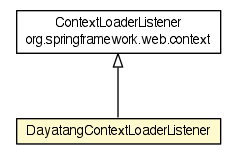
This is apidocs/org/dayatang/ioc/spring/webapp/DayatangContextLoaderListener.png from dayatang/dddlib, a Graphviz export, as it was before one commit. Its source is kept beside it as apidocs/org/dayatang/ioc/spring/webapp/DayatangContextLoaderListener.dot. The source it was exported from:
```dot

digraph G {
	edge [fontname="Helvetica",fontsize=10,labelfontname="Helvetica",labelfontsize=10];
	node [fontname="Helvetica",fontsize=10,shape=plaintext];
	nodesep=0.25;
	ranksep=0.5;
	c38672 [label=<<table title="org.dayatang.ioc.spring.webapp.DayatangContextLoaderListener" border="0" cellborder="1" cellspacing="0" cellpadding="2" port="p" bgcolor="lemonChiffon" href="./DayatangContextLoaderListener.html">
		<tr><td><table border="0" cellspacing="0" cellpadding="1">
<tr><td align="center" balign="center"> DayatangContextLoaderListener </td></tr>
		</table></td></tr>
		</table>>, URL="./DayatangContextLoaderListener.html", fontname="Helvetica", fontcolor="black", fontsize=10.0];
	c38850:p -> c38672:p [dir=back,arrowtail=empty];
	c38850 [label=<<table title="org.springframework.web.context.ContextLoaderListener" border="0" cellborder="1" cellspacing="0" cellpadding="2" port="p" href="http://java.sun.com/j2se/1.4.2/docs/api/org/springframework/web/context/ContextLoaderListener.html">
		<tr><td><table border="0" cellspacing="0" cellpadding="1">
<tr><td align="center" balign="center"> ContextLoaderListener </td></tr>
<tr><td align="center" balign="center"> org.springframework.web.context </td></tr>
		</table></td></tr>
		</table>>, URL="http://java.sun.com/j2se/1.4.2/docs/api/org/springframework/web/context/ContextLoaderListener.html", fontname="Helvetica", fontcolor="black", fontsize=10.0];
}
```
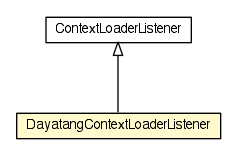
After the change.

The edit, as a diff of the source:
```diff
@@ -4,16 +4,15 @@
 	node [fontname="Helvetica",fontsize=10,shape=plaintext];
 	nodesep=0.25;
 	ranksep=0.5;
-	c38672 [label=<<table title="org.dayatang.ioc.spring.webapp.DayatangContextLoaderListener" border="0" cellborder="1" cellspacing="0" cellpadding="2" port="p" bgcolor="lemonChiffon" href="./DayatangContextLoaderListener.html">
+	c38491 [label=<<table title="org.dayatang.ioc.spring.webapp.DayatangContextLoaderListener" border="0" cellborder="1" cellspacing="0" cellpadding="2" port="p" bgcolor="lemonChiffon" href="./DayatangContextLoaderListener.html">
 		<tr><td><table border="0" cellspacing="0" cellpadding="1">
 <tr><td align="center" balign="center"> DayatangContextLoaderListener </td></tr>
 		</table></td></tr>
 		</table>>, URL="./DayatangContextLoaderListener.html", fontname="Helvetica", fontcolor="black", fontsize=10.0];
-	c38850:p -> c38672:p [dir=back,arrowtail=empty];
-	c38850 [label=<<table title="org.springframework.web.context.ContextLoaderListener" border="0" cellborder="1" cellspacing="0" cellpadding="2" port="p" href="http://java.sun.com/j2se/1.4.2/docs/api/org/springframework/web/context/ContextLoaderListener.html">
+	c38669:p -> c38491:p [dir=back,arrowtail=empty];
+	c38669 [label=<<table title="org.springframework.web.context.ContextLoaderListener" border="0" cellborder="1" cellspacing="0" cellpadding="2" port="p">
 		<tr><td><table border="0" cellspacing="0" cellpadding="1">
 <tr><td align="center" balign="center"> ContextLoaderListener </td></tr>
-<tr><td align="center" balign="center"> org.springframework.web.context </td></tr>
 		</table></td></tr>
-		</table>>, URL="http://java.sun.com/j2se/1.4.2/docs/api/org/springframework/web/context/ContextLoaderListener.html", fontname="Helvetica", fontcolor="black", fontsize=10.0];
+		</table>>, URL="null", fontname="Helvetica", fontcolor="black", fontsize=10.0];
 }
```
